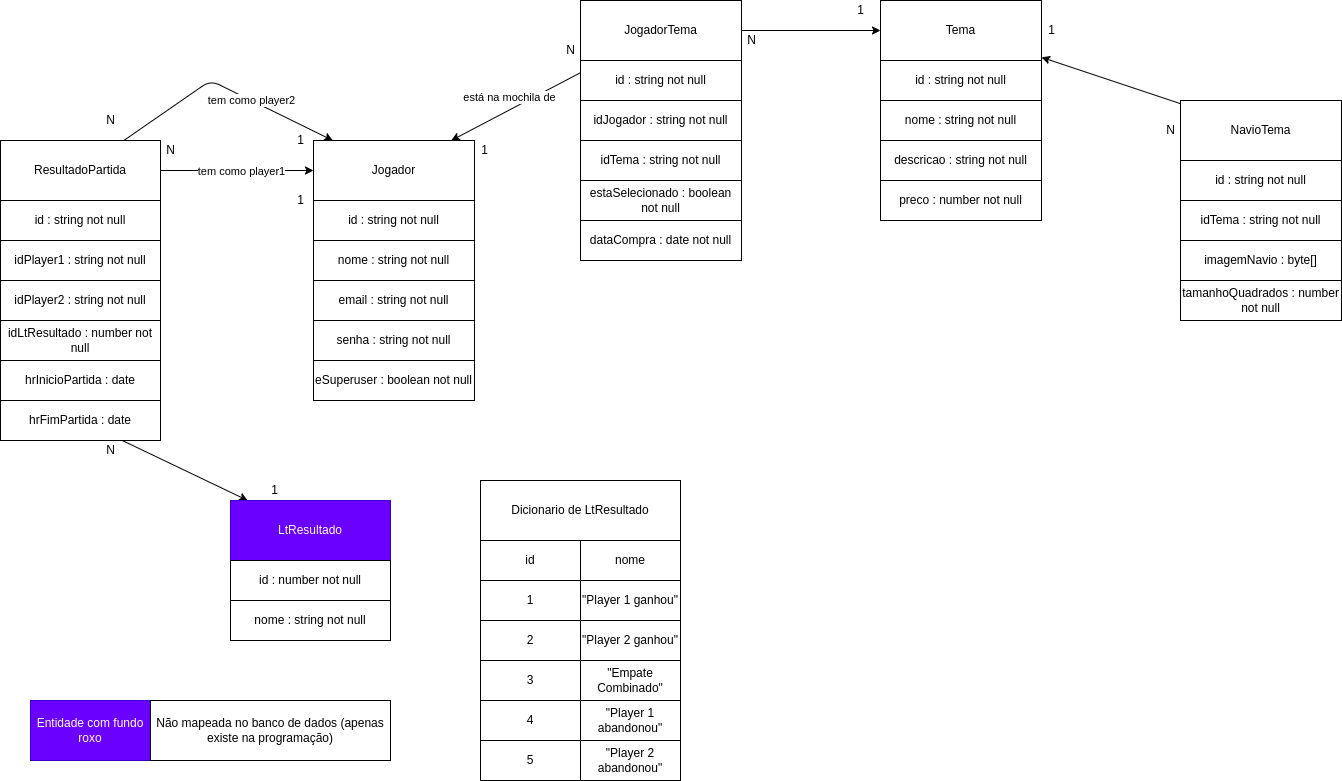
Earlier version of the draw.io export analise/mer_v2.drawio.png (leandroalveswork/encouracadoValente_02). Source tidied: cells renumbered, new cells last; positions are measured from the earlier drawing's top-left corner, leaving out a move shared by most shapes.
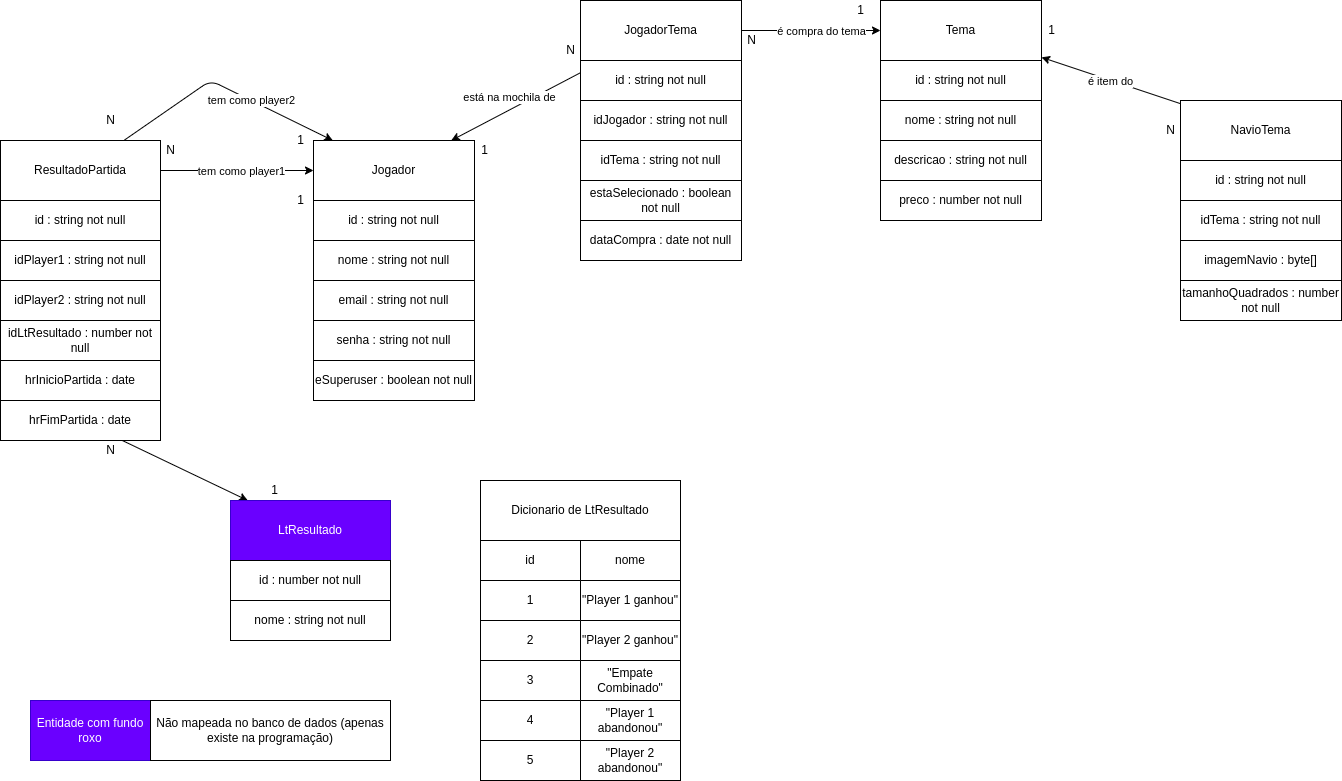
The same diagram one commit later.

Diff of the diagram source:
```diff
@@ -217,6 +217,11 @@
     <mxCell id="70" style="edgeStyle=none;html=1;" parent="1" edge="1" source="97" target="71">
       <mxGeometry relative="1" as="geometry" />
     </mxCell>
+    <mxCell id="109" value="é item do" style="edgeLabel;html=1;align=center;verticalAlign=middle;" parent="70" vertex="1">
+      <mxGeometry x="0.33" y="-2" relative="1" as="geometry">
+        <mxPoint x="22" y="10" as="offset" />
+      </mxGeometry>
+    </mxCell>
     <mxCell id="71" value="Tema" style="rounded=0;whiteSpace=wrap;html=1;" parent="1" vertex="1">
       <mxGeometry x="880" width="161" height="60" as="geometry" />
     </mxCell>
@@ -250,6 +255,11 @@
     <mxCell id="81" style="edgeStyle=none;html=1;" parent="1" edge="1" source="82" target="71">
       <mxGeometry relative="1" as="geometry" />
     </mxCell>
+    <mxCell id="110" value="é compra do tema" style="edgeLabel;html=1;align=center;verticalAlign=middle;" parent="81" vertex="1">
+      <mxGeometry x="-0.38" y="3" relative="1" as="geometry">
+        <mxPoint x="36" y="3" as="offset" />
+      </mxGeometry>
+    </mxCell>
     <mxCell id="82" value="JogadorTema" style="rounded=0;whiteSpace=wrap;html=1;" parent="1" vertex="1">
       <mxGeometry x="580" width="161" height="60" as="geometry" />
     </mxCell>
```
